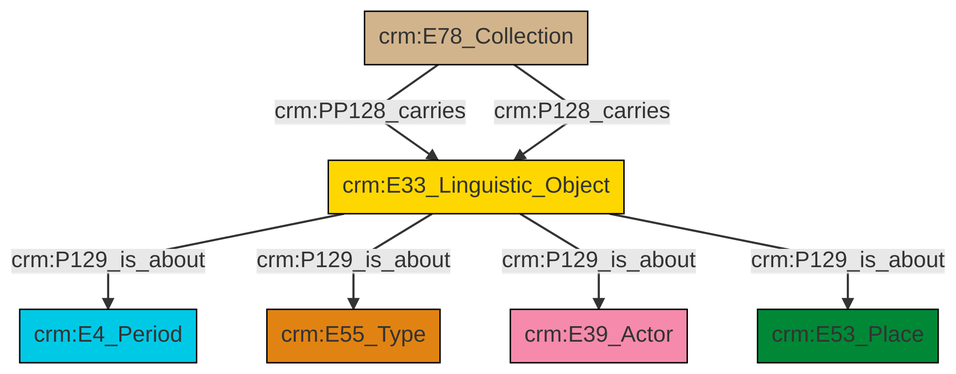
swiss-art-research-net/docs.swissartresearch keeps this Mermaid diagram as et/archivalCSV/ttl/mmd/png/archival_aboutness.png. Above is the earlier version. Its source is kept beside it as et/archivalCSV/ttl/mmd/archival_aboutness.ttl.mmd.
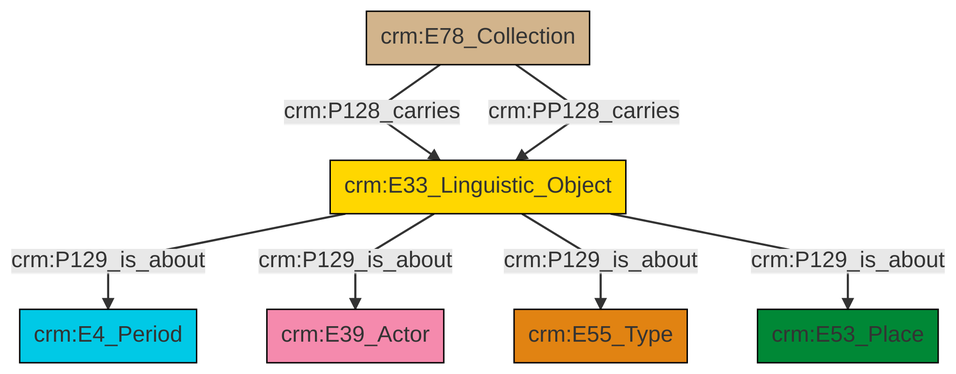
Later version of the same file.

Diff of the diagram source:
```diff
@@ -13,9 +13,9 @@
 classDef PC_Classes fill:#4ce600, stroke:#000000;
 classDef Multi fill:#cccccc,stroke:#000000;
 
-0["crm:E33_Linguistic_Object"]:::Conceptual_Object -->|crm:P129_is_about| 1["crm:E4_Period"]:::Temporal_Entity
-0["crm:E33_Linguistic_Object"]:::Conceptual_Object -->|crm:P129_is_about| 4["crm:E55_Type"]:::Type
-0["crm:E33_Linguistic_Object"]:::Conceptual_Object -->|crm:P129_is_about| 9["crm:E39_Actor"]:::Actor
-7["crm:E78_Collection"]:::Physical_Thing -->|crm:PP128_carries| 0["crm:E33_Linguistic_Object"]:::Conceptual_Object
-7["crm:E78_Collection"]:::Physical_Thing -->|crm:P128_carries| 0["crm:E33_Linguistic_Object"]:::Conceptual_Object
-0["crm:E33_Linguistic_Object"]:::Conceptual_Object -->|crm:P129_is_about| 2["crm:E53_Place"]:::Place
+2["crm:E78_Collection"]:::Physical_Thing -->|crm:P128_carries| 0["crm:E33_Linguistic_Object"]:::Conceptual_Object
+0["crm:E33_Linguistic_Object"]:::Conceptual_Object -->|crm:P129_is_about| 6["crm:E4_Period"]:::Temporal_Entity
+0["crm:E33_Linguistic_Object"]:::Conceptual_Object -->|crm:P129_is_about| 10["crm:E39_Actor"]:::Actor
+2["crm:E78_Collection"]:::Physical_Thing -->|crm:PP128_carries| 0["crm:E33_Linguistic_Object"]:::Conceptual_Object
+0["crm:E33_Linguistic_Object"]:::Conceptual_Object -->|crm:P129_is_about| 7["crm:E55_Type"]:::Type
+0["crm:E33_Linguistic_Object"]:::Conceptual_Object -->|crm:P129_is_about| 4["crm:E53_Place"]:::Place
```
